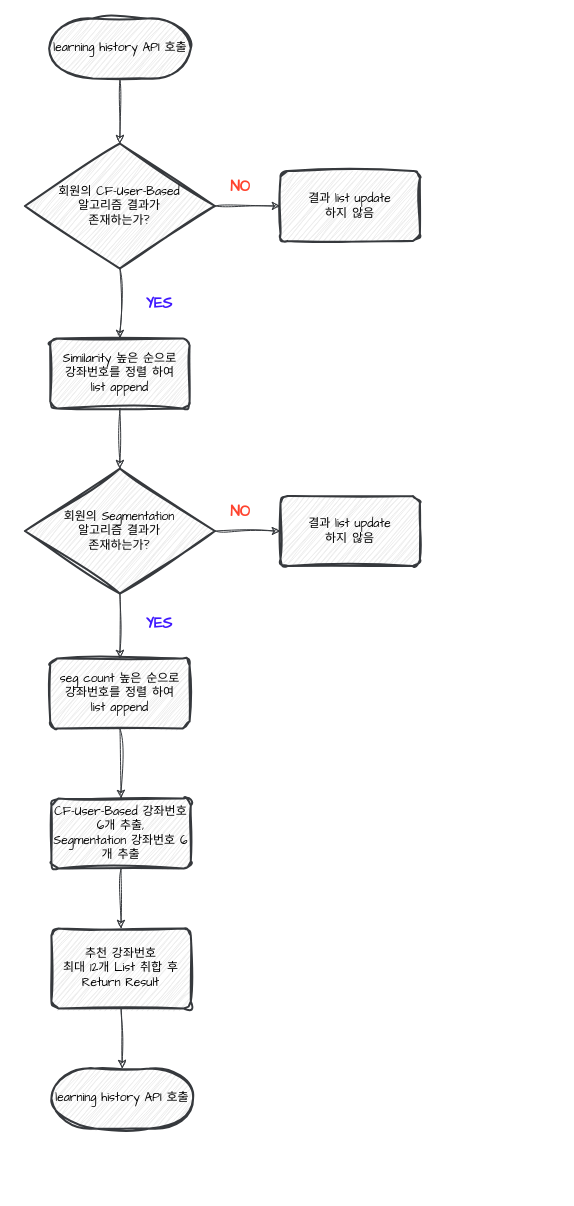
This is learning_history_api.drawio from k1mtaeye07/nile, a draw.io file, before an edit. Source tidied: cells renumbered, new cells numbered last; positions are measured from the earlier drawing's top-left corner, leaving out a move shared by most shapes. Both pictures are drawn from the tidied source at 100%, with x=0, y=0 at pixel (24, 18).
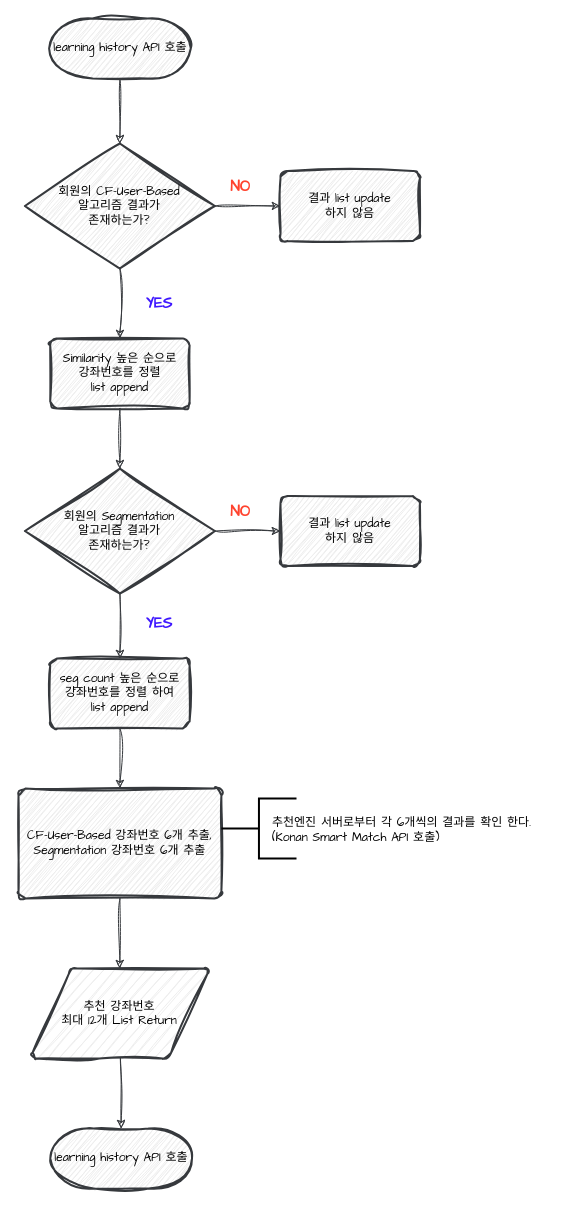
Above is the later version.

What changed in the source:
```diff
@@
-    <mxCell id="10" value="&lt;div&gt;Similarity&amp;nbsp;&lt;span style=&quot;background-color: initial;&quot;&gt;높은 순으로&lt;/span&gt;&lt;/div&gt;&lt;div&gt;&lt;span style=&quot;background-color: initial;&quot;&gt;강좌번호를&amp;nbsp;&lt;/span&gt;&lt;span style=&quot;background-color: initial;&quot;&gt;정렬 하여&lt;/span&gt;&lt;/div&gt;&lt;div&gt;list append&lt;/div&gt;" style="rounded=1;whiteSpace=wrap;html=1;absoluteArcSize=1;arcSize=14;strokeWidth=2;sketch=1;hachureGap=4;jiggle=2;curveFitting=1;fontFamily=Architects Daughter;fillColor=#eeeeee;strokeColor=#36393d;" parent="1" vertex="1">
+    <mxCell id="10" value="&lt;div&gt;Similarity&amp;nbsp;&lt;span style=&quot;background-color: initial;&quot;&gt;높은 순으로&lt;/span&gt;&lt;/div&gt;&lt;div&gt;&lt;span style=&quot;background-color: initial;&quot;&gt;강좌번호를&amp;nbsp;&lt;/span&gt;&lt;span style=&quot;background-color: initial;&quot;&gt;정렬&lt;/span&gt;&lt;/div&gt;&lt;div&gt;list append&lt;/div&gt;" style="rounded=1;whiteSpace=wrap;html=1;absoluteArcSize=1;arcSize=14;strokeWidth=2;sketch=1;hachureGap=4;jiggle=2;curveFitting=1;fontFamily=Architects Daughter;fillColor=#eeeeee;strokeColor=#36393d;" parent="1" vertex="1">
       <mxGeometry x="25.7" y="320" width="139.4" height="70" as="geometry" />
     </mxCell>
@@
     <mxCell id="19" value="CF-User-Based 강좌번호 6개 추출,&lt;div&gt;Segmentation 강좌번호 6개 추출&lt;br&gt;&lt;/div&gt;" style="rounded=1;whiteSpace=wrap;html=1;absoluteArcSize=1;arcSize=14;strokeWidth=2;sketch=1;hachureGap=4;jiggle=2;curveFitting=1;fontFamily=Architects Daughter;fillColor=#eeeeee;strokeColor=#36393d;" parent="1" vertex="1">
-      <mxGeometry x="26.9" y="780" width="139.4" height="70" as="geometry" />
+      <mxGeometry x="-6" y="770" width="202.9" height="110" as="geometry" />
     </mxCell>
@@
-    <mxCell id="21" value="추천 강좌번호&lt;div&gt;최대 12개&amp;nbsp;&lt;span style=&quot;background-color: initial;&quot;&gt;List 취합 후 Return Result&lt;/span&gt;&lt;/div&gt;" style="rounded=1;whiteSpace=wrap;html=1;absoluteArcSize=1;arcSize=14;strokeWidth=2;sketch=1;hachureGap=4;jiggle=2;curveFitting=1;fontFamily=Architects Daughter;fillColor=#eeeeee;strokeColor=#36393d;" parent="1" vertex="1">
-      <mxGeometry x="26.9" y="910" width="139.4" height="80" as="geometry" />
-    </mxCell>
-    <mxCell id="22" style="endArrow=classic;html=1;rounded=0;sketch=1;hachureGap=4;jiggle=2;curveFitting=1;fontFamily=Architects Daughter;exitX=0.5;exitY=1;exitDx=0;exitDy=0;entryX=0.5;entryY=0;entryDx=0;entryDy=0;fillColor=#eeeeee;strokeColor=#36393d;entryPerimeter=0;" parent="1" edge="1" source="21" target="24">
+    <mxCell id="22" style="endArrow=classic;html=1;rounded=0;sketch=1;hachureGap=4;jiggle=2;curveFitting=1;fontFamily=Architects Daughter;entryX=0.5;entryY=0;entryDx=0;entryDy=0;fillColor=#eeeeee;strokeColor=#36393d;entryPerimeter=0;" parent="1" edge="1" source="25" target="24">
       <mxGeometry relative="1" as="geometry" />
     </mxCell>
-    <mxCell id="23" style="endArrow=classic;html=1;rounded=0;sketch=1;hachureGap=4;jiggle=2;curveFitting=1;fontFamily=Architects Daughter;exitX=0.5;exitY=1;exitDx=0;exitDy=0;fillColor=#eeeeee;strokeColor=#36393d;" parent="1" edge="1" source="19" target="21">
+    <mxCell id="23" style="endArrow=classic;html=1;rounded=0;sketch=1;hachureGap=4;jiggle=2;curveFitting=1;fontFamily=Architects Daughter;exitX=0.5;exitY=1;exitDx=0;exitDy=0;fillColor=#eeeeee;strokeColor=#36393d;entryX=0.5;entryY=0;entryDx=0;entryDy=0;" parent="1" edge="1" source="19" target="25">
       <mxGeometry relative="1" as="geometry" />
     </mxCell>
     <mxCell id="24" value="learning history API 호출" style="strokeWidth=2;html=1;shape=mxgraph.flowchart.terminator;whiteSpace=wrap;sketch=1;hachureGap=4;jiggle=2;curveFitting=1;fontFamily=Architects Daughter;labelBackgroundColor=none;fontStyle=0;fillColor=#eeeeee;strokeColor=#36393d;" parent="1" vertex="1">
-      <mxGeometry x="26.9" y="1050" width="141.7" height="60" as="geometry" />
+      <mxGeometry x="25.8" y="1110" width="141.7" height="60" as="geometry" />
     </mxCell>
+    <mxCell id="25" value="&lt;span style=&quot;font-family: &amp;quot;Architects Daughter&amp;quot;;&quot;&gt;추천 강좌번호&lt;/span&gt;&lt;div style=&quot;font-family: &amp;quot;Architects Daughter&amp;quot;;&quot;&gt;최대 12개&amp;nbsp;&lt;span style=&quot;background-color: initial;&quot;&gt;List Return&lt;/span&gt;&lt;/div&gt;" style="shape=parallelogram;html=1;strokeWidth=2;perimeter=parallelogramPerimeter;whiteSpace=wrap;rounded=1;arcSize=12;size=0.23;fillColor=#eeeeee;strokeColor=#36393d;sketch=1;curveFitting=1;jiggle=2;" parent="1" vertex="1">
+      <mxGeometry x="5.4" y="950" width="180" height="90" as="geometry" />
+    </mxCell>
+    <mxCell id="26" style="strokeWidth=2;html=1;shape=mxgraph.flowchart.annotation_2;align=left;labelPosition=right;" parent="1" vertex="1">
+      <mxGeometry x="196.9" y="780" width="75.1" height="60" as="geometry" />
+    </mxCell>
+    <mxCell id="27" value="&lt;div style=&quot;&quot;&gt;&lt;span style=&quot;background-color: initial; font-family: &amp;quot;Architects Daughter&amp;quot;;&quot;&gt;추천엔진 서버로부터 각 6개씩의 결과를 확인 한다. (&lt;/span&gt;&lt;span style=&quot;font-family: &amp;quot;Architects Daughter&amp;quot;; background-color: initial;&quot;&gt;Konan Smart Match API 호출&lt;/span&gt;&lt;span style=&quot;background-color: initial; font-family: &amp;quot;Architects Daughter&amp;quot;;&quot;&gt;)&lt;/span&gt;&lt;/div&gt;" style="text;whiteSpace=wrap;html=1;align=left;" parent="1" vertex="1">
+      <mxGeometry x="245.5" y="790" width="286.5" height="60" as="geometry" />
+    </mxCell>
```
